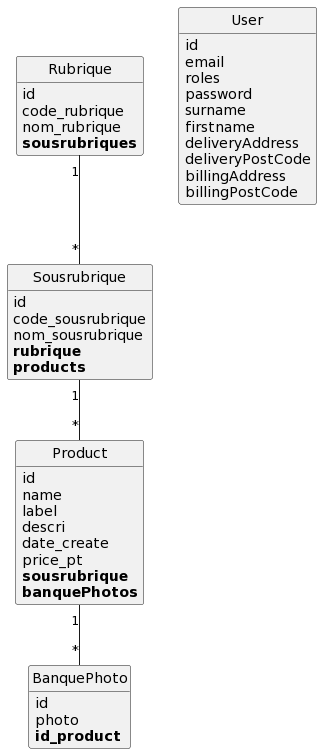
This is puml/index.png from jeanmarie80000/village_green_project, a PlantUML export, as it was before one commit.
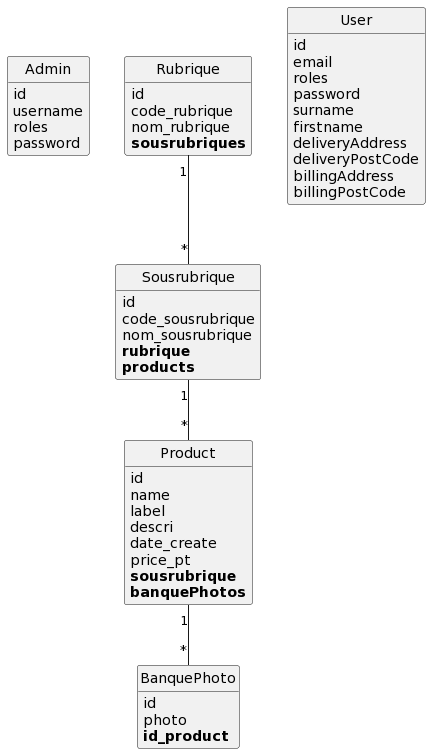
The same file after the commit.

The edit, as a diff of the source:
```diff
@@ -1,4 +1,11 @@
 @startuml
+class Admin {
+	id
+	username
+	roles
+	password
+}
+
 class BanquePhoto {
 	id
 	photo
```
